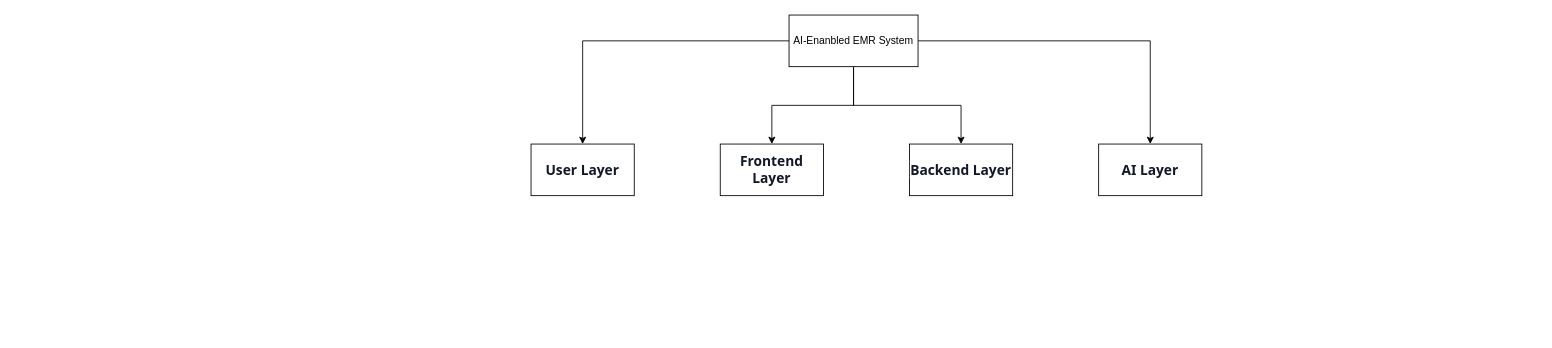
Above: page "Page-1" (1 of 2) of Untitled Diagram.drawio in Dipak-Kalaskar077/Amazon-Clone (draw.io), before the change. Source tidied: cells renumbered, new cells numbered last; positions are measured from the earlier drawing's top-left corner, leaving out a move shared by most shapes. Both pictures are drawn from the tidied source at 86%, with x=0, y=0 at pixel (531, 15).
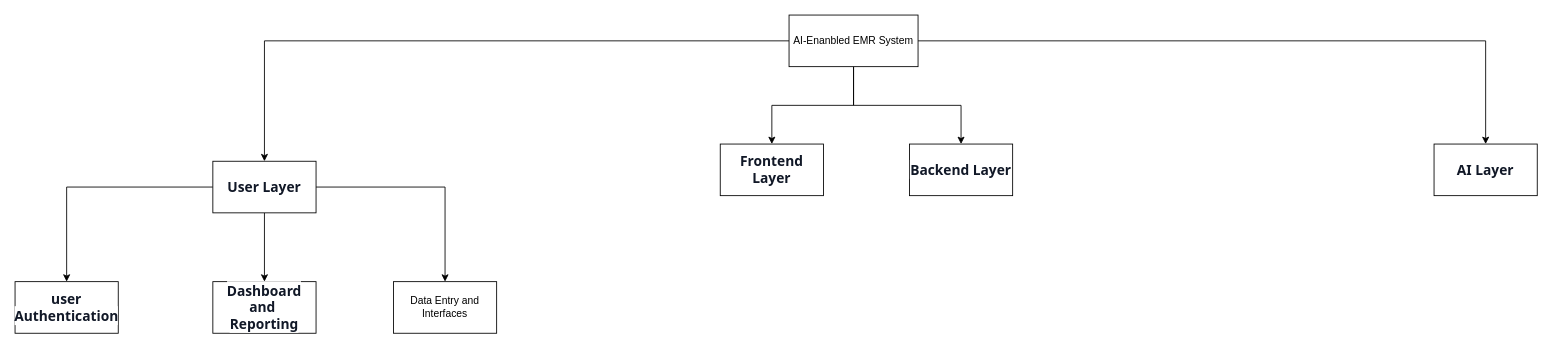
The same page after the edit.

Commit message:
EMR System

Diff of the diagram source:
```diff
@@
 <mxGraphModel>
   <root>
     <mxCell id="0" />
     <mxCell id="1" parent="0" />
     <mxCell id="2" style="edgeStyle=orthogonalEdgeStyle;rounded=0;jettySize=auto;html=1;exitX=1;exitY=0.5;exitDx=0;exitDy=0;" parent="1" edge="1" source="7">
       <mxGeometry relative="1" as="geometry">
         <mxPoint x="450" y="30" as="targetPoint" />
       </mxGeometry>
     </mxCell>
     <mxCell id="3" style="edgeStyle=orthogonalEdgeStyle;rounded=0;jettySize=auto;html=1;" parent="1" edge="1" source="7" target="9">
       <mxGeometry relative="1" as="geometry" />
     </mxCell>
     <mxCell id="4" style="edgeStyle=orthogonalEdgeStyle;rounded=0;jettySize=auto;html=1;entryX=0.5;entryY=0;entryDx=0;entryDy=0;" parent="1" edge="1" source="7" target="10">
       <mxGeometry relative="1" as="geometry" />
     </mxCell>
     <mxCell id="5" style="edgeStyle=orthogonalEdgeStyle;rounded=0;jettySize=auto;html=1;" parent="1" edge="1" source="7" target="11">
       <mxGeometry relative="1" as="geometry" />
     </mxCell>
     <mxCell id="6" style="edgeStyle=orthogonalEdgeStyle;rounded=0;jettySize=auto;html=1;" parent="1" edge="1" source="7" target="8">
       <mxGeometry relative="1" as="geometry" />
     </mxCell>
     <mxCell id="7" value="AI-Enanbled EMR System" style="rounded=0;whiteSpace=wrap;html=1;" parent="1" vertex="1">
       <mxGeometry x="300" width="150" height="60" as="geometry" />
     </mxCell>
+    <mxCell id="12" style="edgeStyle=orthogonalEdgeStyle;rounded=0;jettySize=auto;html=1;" parent="1" edge="1" source="8" target="15">
+      <mxGeometry relative="1" as="geometry" />
+    </mxCell>
+    <mxCell id="13" style="edgeStyle=orthogonalEdgeStyle;rounded=0;jettySize=auto;html=1;" parent="1" edge="1" source="8" target="16">
+      <mxGeometry relative="1" as="geometry" />
+    </mxCell>
+    <mxCell id="14" style="edgeStyle=orthogonalEdgeStyle;rounded=0;jettySize=auto;html=1;" parent="1" edge="1" source="8" target="17">
+      <mxGeometry relative="1" as="geometry" />
+    </mxCell>
     <mxCell id="8" value="&lt;span style=&quot;--tw-border-spacing-x: 0; --tw-border-spacing-y: 0; --tw-translate-x: 0; --tw-translate-y: 0; --tw-rotate: 0; --tw-skew-x: 0; --tw-skew-y: 0; --tw-scale-x: 1; --tw-scale-y: 1; --tw-pan-x: ; --tw-pan-y: ; --tw-pinch-zoom: ; --tw-scroll-snap-strictness: proximity; --tw-gradient-from-position: ; --tw-gradient-via-position: ; --tw-gradient-to-position: ; --tw-ordinal: ; --tw-slashed-zero: ; --tw-numeric-figure: ; --tw-numeric-spacing: ; --tw-numeric-fraction: ; --tw-ring-inset: ; --tw-ring-offset-width: 0px; --tw-ring-offset-color: #fff; --tw-ring-color: rgba(59,130,246,.5); --tw-ring-offset-shadow: 0 0 #0000; --tw-ring-shadow: 0 0 #0000; --tw-shadow: 0 0 #0000; --tw-shadow-colored: 0 0 #0000; --tw-blur: ; --tw-brightness: ; --tw-contrast: ; --tw-grayscale: ; --tw-hue-rotate: ; --tw-invert: ; --tw-saturate: ; --tw-sepia: ; --tw-drop-shadow: ; --tw-backdrop-blur: ; --tw-backdrop-brightness: ; --tw-backdrop-contrast: ; --tw-backdrop-grayscale: ; --tw-backdrop-hue-rotate: ; --tw-backdrop-invert: ; --tw-backdrop-opacity: ; --tw-backdrop-saturate: ; --tw-backdrop-sepia: ; --tw-contain-size: ; --tw-contain-layout: ; --tw-contain-paint: ; --tw-contain-style: ; box-sizing: border-box; border: 0px solid rgb(228, 228, 231); font-weight: 600; color: rgb(17, 24, 39); font-family: __Inter_d65c78, __Inter_Fallback_d65c78, ui-sans-serif, system-ui, sans-serif, &amp;quot;Apple Color Emoji&amp;quot;, &amp;quot;Segoe UI Emoji&amp;quot;, &amp;quot;Segoe UI Symbol&amp;quot;, &amp;quot;Noto Color Emoji&amp;quot;; font-size: 16px; text-align: left; background-color: rgb(255, 255, 255);&quot;&gt;User Layer&lt;/span&gt;" style="whiteSpace=wrap;html=1;rounded=0;" parent="1" vertex="1">
-      <mxGeometry y="150" width="120" height="60" as="geometry" />
+      <mxGeometry x="-370" y="170" width="120" height="60" as="geometry" />
     </mxCell>
     <mxCell id="9" value="&lt;span style=&quot;--tw-border-spacing-x: 0; --tw-border-spacing-y: 0; --tw-translate-x: 0; --tw-translate-y: 0; --tw-rotate: 0; --tw-skew-x: 0; --tw-skew-y: 0; --tw-scale-x: 1; --tw-scale-y: 1; --tw-pan-x: ; --tw-pan-y: ; --tw-pinch-zoom: ; --tw-scroll-snap-strictness: proximity; --tw-gradient-from-position: ; --tw-gradient-via-position: ; --tw-gradient-to-position: ; --tw-ordinal: ; --tw-slashed-zero: ; --tw-numeric-figure: ; --tw-numeric-spacing: ; --tw-numeric-fraction: ; --tw-ring-inset: ; --tw-ring-offset-width: 0px; --tw-ring-offset-color: #fff; --tw-ring-color: rgba(59,130,246,.5); --tw-ring-offset-shadow: 0 0 #0000; --tw-ring-shadow: 0 0 #0000; --tw-shadow: 0 0 #0000; --tw-shadow-colored: 0 0 #0000; --tw-blur: ; --tw-brightness: ; --tw-contrast: ; --tw-grayscale: ; --tw-hue-rotate: ; --tw-invert: ; --tw-saturate: ; --tw-sepia: ; --tw-drop-shadow: ; --tw-backdrop-blur: ; --tw-backdrop-brightness: ; --tw-backdrop-contrast: ; --tw-backdrop-grayscale: ; --tw-backdrop-hue-rotate: ; --tw-backdrop-invert: ; --tw-backdrop-opacity: ; --tw-backdrop-saturate: ; --tw-backdrop-sepia: ; --tw-contain-size: ; --tw-contain-layout: ; --tw-contain-paint: ; --tw-contain-style: ; box-sizing: border-box; border: 0px solid rgb(228, 228, 231); font-weight: 600; color: rgb(17, 24, 39); font-family: __Inter_d65c78, __Inter_Fallback_d65c78, ui-sans-serif, system-ui, sans-serif, &amp;quot;Apple Color Emoji&amp;quot;, &amp;quot;Segoe UI Emoji&amp;quot;, &amp;quot;Segoe UI Symbol&amp;quot;, &amp;quot;Noto Color Emoji&amp;quot;; font-size: 16px; text-align: left; background-color: rgb(255, 255, 255);&quot;&gt;Frontend Layer&lt;/span&gt;" style="whiteSpace=wrap;html=1;rounded=0;" parent="1" vertex="1">
       <mxGeometry x="220" y="150" width="120" height="60" as="geometry" />
     </mxCell>
     <mxCell id="10" value="&lt;span style=&quot;--tw-border-spacing-x: 0; --tw-border-spacing-y: 0; --tw-translate-x: 0; --tw-translate-y: 0; --tw-rotate: 0; --tw-skew-x: 0; --tw-skew-y: 0; --tw-scale-x: 1; --tw-scale-y: 1; --tw-pan-x: ; --tw-pan-y: ; --tw-pinch-zoom: ; --tw-scroll-snap-strictness: proximity; --tw-gradient-from-position: ; --tw-gradient-via-position: ; --tw-gradient-to-position: ; --tw-ordinal: ; --tw-slashed-zero: ; --tw-numeric-figure: ; --tw-numeric-spacing: ; --tw-numeric-fraction: ; --tw-ring-inset: ; --tw-ring-offset-width: 0px; --tw-ring-offset-color: #fff; --tw-ring-color: rgba(59,130,246,.5); --tw-ring-offset-shadow: 0 0 #0000; --tw-ring-shadow: 0 0 #0000; --tw-shadow: 0 0 #0000; --tw-shadow-colored: 0 0 #0000; --tw-blur: ; --tw-brightness: ; --tw-contrast: ; --tw-grayscale: ; --tw-hue-rotate: ; --tw-invert: ; --tw-saturate: ; --tw-sepia: ; --tw-drop-shadow: ; --tw-backdrop-blur: ; --tw-backdrop-brightness: ; --tw-backdrop-contrast: ; --tw-backdrop-grayscale: ; --tw-backdrop-hue-rotate: ; --tw-backdrop-invert: ; --tw-backdrop-opacity: ; --tw-backdrop-saturate: ; --tw-backdrop-sepia: ; --tw-contain-size: ; --tw-contain-layout: ; --tw-contain-paint: ; --tw-contain-style: ; box-sizing: border-box; border: 0px solid rgb(228, 228, 231); font-weight: 600; color: rgb(17, 24, 39); font-family: __Inter_d65c78, __Inter_Fallback_d65c78, ui-sans-serif, system-ui, sans-serif, &amp;quot;Apple Color Emoji&amp;quot;, &amp;quot;Segoe UI Emoji&amp;quot;, &amp;quot;Segoe UI Symbol&amp;quot;, &amp;quot;Noto Color Emoji&amp;quot;; font-size: 16px; text-align: left; background-color: rgb(255, 255, 255);&quot;&gt;Backend Layer&lt;/span&gt;" style="whiteSpace=wrap;html=1;rounded=0;" parent="1" vertex="1">
       <mxGeometry x="440" y="150" width="120" height="60" as="geometry" />
     </mxCell>
     <mxCell id="11" value="&lt;span style=&quot;--tw-border-spacing-x: 0; --tw-border-spacing-y: 0; --tw-translate-x: 0; --tw-translate-y: 0; --tw-rotate: 0; --tw-skew-x: 0; --tw-skew-y: 0; --tw-scale-x: 1; --tw-scale-y: 1; --tw-pan-x: ; --tw-pan-y: ; --tw-pinch-zoom: ; --tw-scroll-snap-strictness: proximity; --tw-gradient-from-position: ; --tw-gradient-via-position: ; --tw-gradient-to-position: ; --tw-ordinal: ; --tw-slashed-zero: ; --tw-numeric-figure: ; --tw-numeric-spacing: ; --tw-numeric-fraction: ; --tw-ring-inset: ; --tw-ring-offset-width: 0px; --tw-ring-offset-color: #fff; --tw-ring-color: rgba(59,130,246,.5); --tw-ring-offset-shadow: 0 0 #0000; --tw-ring-shadow: 0 0 #0000; --tw-shadow: 0 0 #0000; --tw-shadow-colored: 0 0 #0000; --tw-blur: ; --tw-brightness: ; --tw-contrast: ; --tw-grayscale: ; --tw-hue-rotate: ; --tw-invert: ; --tw-saturate: ; --tw-sepia: ; --tw-drop-shadow: ; --tw-backdrop-blur: ; --tw-backdrop-brightness: ; --tw-backdrop-contrast: ; --tw-backdrop-grayscale: ; --tw-backdrop-hue-rotate: ; --tw-backdrop-invert: ; --tw-backdrop-opacity: ; --tw-backdrop-saturate: ; --tw-backdrop-sepia: ; --tw-contain-size: ; --tw-contain-layout: ; --tw-contain-paint: ; --tw-contain-style: ; box-sizing: border-box; border: 0px solid rgb(228, 228, 231); font-weight: 600; color: rgb(17, 24, 39); font-family: __Inter_d65c78, __Inter_Fallback_d65c78, ui-sans-serif, system-ui, sans-serif, &amp;quot;Apple Color Emoji&amp;quot;, &amp;quot;Segoe UI Emoji&amp;quot;, &amp;quot;Segoe UI Symbol&amp;quot;, &amp;quot;Noto Color Emoji&amp;quot;; font-size: 16px; text-align: left; background-color: rgb(255, 255, 255);&quot;&gt;AI Layer&lt;/span&gt;" style="whiteSpace=wrap;html=1;rounded=0;" parent="1" vertex="1">
-      <mxGeometry x="660" y="150" width="120" height="60" as="geometry" />
+      <mxGeometry x="1050" y="150" width="120" height="60" as="geometry" />
     </mxCell>
+    <mxCell id="15" value="&lt;span style=&quot;--tw-border-spacing-x: 0; --tw-border-spacing-y: 0; --tw-translate-x: 0; --tw-translate-y: 0; --tw-rotate: 0; --tw-skew-x: 0; --tw-skew-y: 0; --tw-scale-x: 1; --tw-scale-y: 1; --tw-pan-x: ; --tw-pan-y: ; --tw-pinch-zoom: ; --tw-scroll-snap-strictness: proximity; --tw-gradient-from-position: ; --tw-gradient-via-position: ; --tw-gradient-to-position: ; --tw-ordinal: ; --tw-slashed-zero: ; --tw-numeric-figure: ; --tw-numeric-spacing: ; --tw-numeric-fraction: ; --tw-ring-inset: ; --tw-ring-offset-width: 0px; --tw-ring-offset-color: light-dark(#fff, #000000); --tw-ring-color: light-dark(rgba(59,130,246,.5), #4c89ec); --tw-ring-offset-shadow: 0 0 #0000; --tw-ring-shadow: 0 0 #0000; --tw-shadow: 0 0 #0000; --tw-shadow-colored: 0 0 #0000; --tw-blur: ; --tw-brightness: ; --tw-contrast: ; --tw-grayscale: ; --tw-hue-rotate: ; --tw-invert: ; --tw-saturate: ; --tw-sepia: ; --tw-drop-shadow: ; --tw-backdrop-blur: ; --tw-backdrop-brightness: ; --tw-backdrop-contrast: ; --tw-backdrop-grayscale: ; --tw-backdrop-hue-rotate: ; --tw-backdrop-invert: ; --tw-backdrop-opacity: ; --tw-backdrop-saturate: ; --tw-backdrop-sepia: ; --tw-contain-size: ; --tw-contain-layout: ; --tw-contain-paint: ; --tw-contain-style: ; box-sizing: border-box; border: 0px solid rgb(228, 228, 231); font-weight: 600; color: rgb(17, 24, 39); font-family: __Inter_d65c78, __Inter_Fallback_d65c78, ui-sans-serif, system-ui, sans-serif, &amp;quot;Apple Color Emoji&amp;quot;, &amp;quot;Segoe UI Emoji&amp;quot;, &amp;quot;Segoe UI Symbol&amp;quot;, &amp;quot;Noto Color Emoji&amp;quot;; font-size: 16px; text-align: left; background-color: rgb(255, 255, 255);&quot;&gt;user Authentication&lt;/span&gt;" style="whiteSpace=wrap;html=1;rounded=0;" parent="1" vertex="1">
+      <mxGeometry x="-600" y="310" width="120" height="60" as="geometry" />
+    </mxCell>
+    <mxCell id="16" value="&lt;span style=&quot;--tw-border-spacing-x: 0; --tw-border-spacing-y: 0; --tw-translate-x: 0; --tw-translate-y: 0; --tw-rotate: 0; --tw-skew-x: 0; --tw-skew-y: 0; --tw-scale-x: 1; --tw-scale-y: 1; --tw-pan-x: ; --tw-pan-y: ; --tw-pinch-zoom: ; --tw-scroll-snap-strictness: proximity; --tw-gradient-from-position: ; --tw-gradient-via-position: ; --tw-gradient-to-position: ; --tw-ordinal: ; --tw-slashed-zero: ; --tw-numeric-figure: ; --tw-numeric-spacing: ; --tw-numeric-fraction: ; --tw-ring-inset: ; --tw-ring-offset-width: 0px; --tw-ring-offset-color: light-dark(#fff, #000000); --tw-ring-color: light-dark(rgba(59,130,246,.5), #4c89ec); --tw-ring-offset-shadow: 0 0 #0000; --tw-ring-shadow: 0 0 #0000; --tw-shadow: 0 0 #0000; --tw-shadow-colored: 0 0 #0000; --tw-blur: ; --tw-brightness: ; --tw-contrast: ; --tw-grayscale: ; --tw-hue-rotate: ; --tw-invert: ; --tw-saturate: ; --tw-sepia: ; --tw-drop-shadow: ; --tw-backdrop-blur: ; --tw-backdrop-brightness: ; --tw-backdrop-contrast: ; --tw-backdrop-grayscale: ; --tw-backdrop-hue-rotate: ; --tw-backdrop-invert: ; --tw-backdrop-opacity: ; --tw-backdrop-saturate: ; --tw-backdrop-sepia: ; --tw-contain-size: ; --tw-contain-layout: ; --tw-contain-paint: ; --tw-contain-style: ; box-sizing: border-box; border: 0px solid rgb(228, 228, 231); font-weight: 600; color: rgb(17, 24, 39); font-family: __Inter_d65c78, __Inter_Fallback_d65c78, ui-sans-serif, system-ui, sans-serif, &amp;quot;Apple Color Emoji&amp;quot;, &amp;quot;Segoe UI Emoji&amp;quot;, &amp;quot;Segoe UI Symbol&amp;quot;, &amp;quot;Noto Color Emoji&amp;quot;; font-size: 16px; text-align: left; background-color: rgb(255, 255, 255);&quot;&gt;Dashboard and&amp;nbsp; Reporting&lt;/span&gt;" style="whiteSpace=wrap;html=1;rounded=0;" parent="1" vertex="1">
+      <mxGeometry x="-370" y="310" width="120" height="60" as="geometry" />
+    </mxCell>
+    <mxCell id="17" value="Data Entry and Interfaces" style="whiteSpace=wrap;html=1;rounded=0;" parent="1" vertex="1">
+      <mxGeometry x="-160" y="310" width="120" height="60" as="geometry" />
+    </mxCell>
   </root>
 </mxGraphModel>
```
